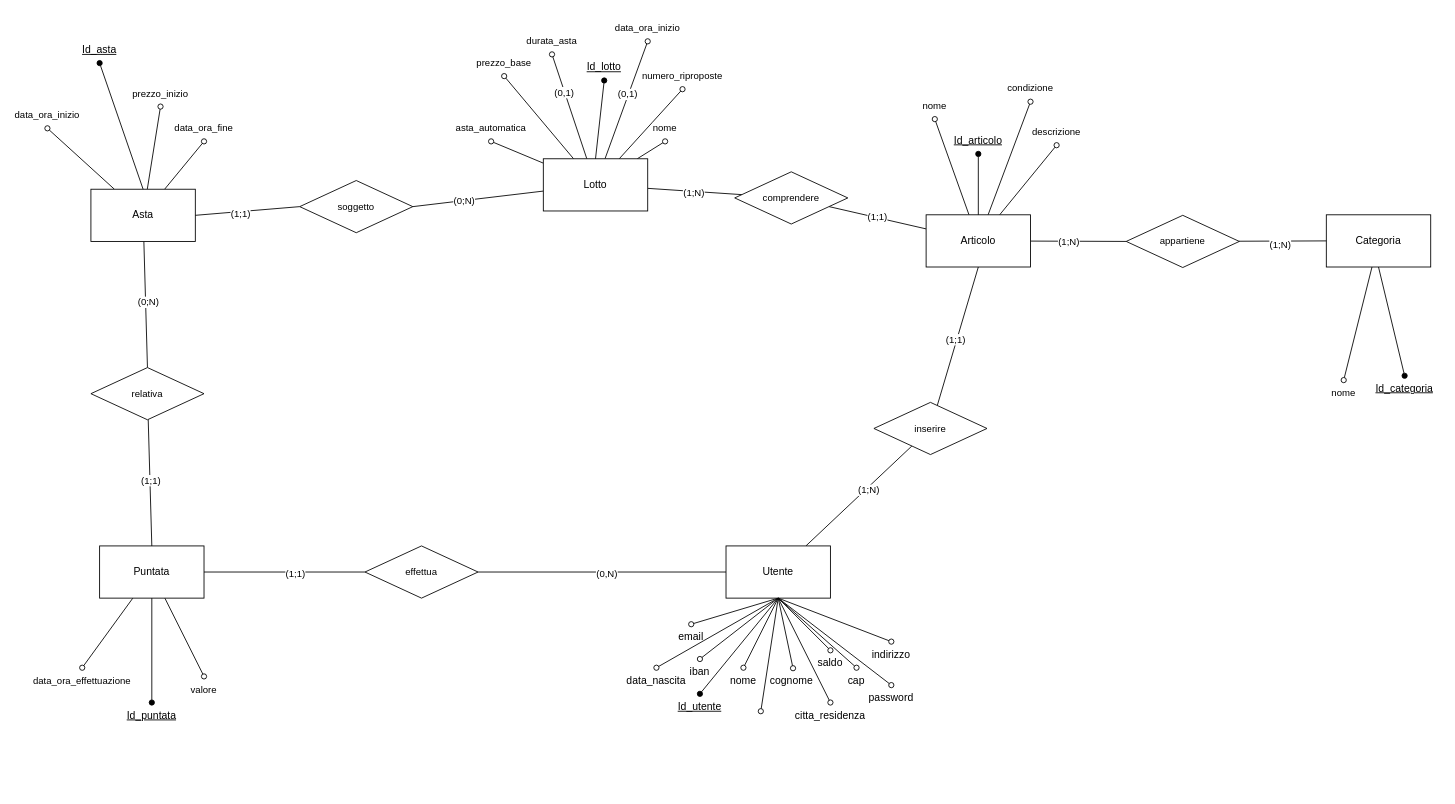
This is documenti/Schema_ER.drawio from Chaos-Rat/GAO, a draw.io file, before an edit. Source tidied: cells renumbered, new cells numbered last; positions are measured from the earlier drawing's top-left corner, leaving out a move shared by most shapes. Both pictures are drawn from the tidied source at 87%, with x=0, y=0 at pixel (21, 15).
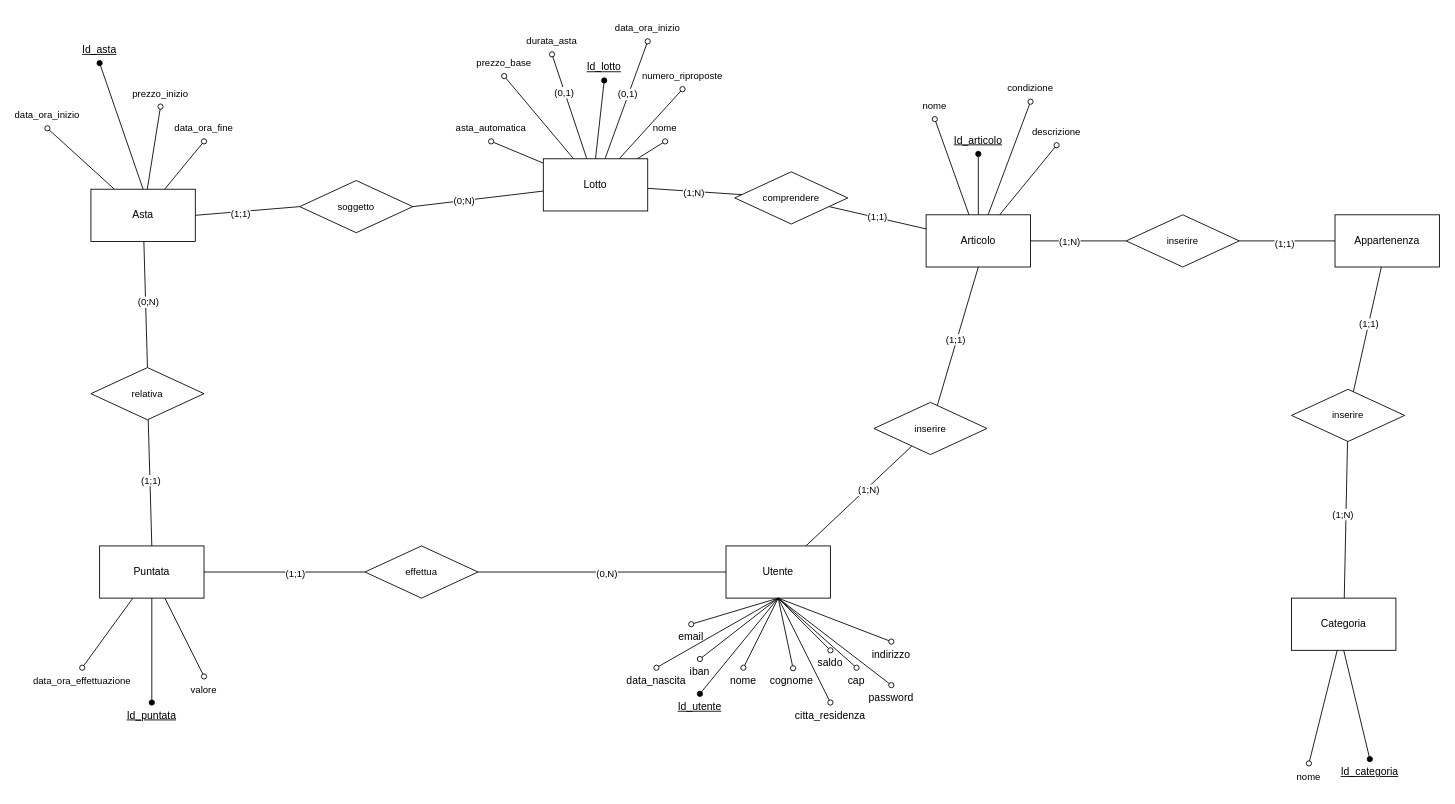
The same page after the edit.

Unchanged cells that the change refers to:
```xml
<mxCell id="5" value="Utente" style="rounded=0;whiteSpace=wrap;html=1;" parent="1" vertex="1">
  <mxGeometry x="810" y="610" width="120" height="60" as="geometry" />
</mxCell>
<mxCell id="26" value="Articolo" style="rounded=0;whiteSpace=wrap;html=1;" parent="1" vertex="1">
  <mxGeometry x="1040" y="229.4" width="120" height="60" as="geometry" />
</mxCell>
```

Diff of the diagram source:
```diff
@@
-    <mxCell id="22" style="edgeStyle=none;rounded=0;jettySize=auto;html=1;entryX=0;entryY=0.5;entryDx=0;entryDy=0;strokeColor=default;align=center;verticalAlign=middle;fontFamily=Helvetica;fontSize=11;fontColor=default;labelBackgroundColor=default;endArrow=none;endFill=0;" parent="1" edge="1" source="26" target="101">
+    <mxCell id="22" style="edgeStyle=none;rounded=0;jettySize=auto;html=1;strokeColor=default;align=center;verticalAlign=middle;fontFamily=Helvetica;fontSize=11;fontColor=default;labelBackgroundColor=default;endArrow=none;endFill=0;" parent="1" edge="1" source="26" target="109">
       <mxGeometry relative="1" as="geometry" />
     </mxCell>
@@
     <mxCell id="39" value="Categoria" style="rounded=0;whiteSpace=wrap;html=1;" parent="1" vertex="1">
-      <mxGeometry x="1500" y="229.4" width="120" height="60" as="geometry" />
+      <mxGeometry x="1460" y="670" width="120" height="60" as="geometry" />
     </mxCell>
@@
     <mxCell id="45" value="&lt;u&gt;Id_categoria&lt;/u&gt;" style="text;html=1;align=center;verticalAlign=middle;whiteSpace=wrap;rounded=0;" parent="1" vertex="1">
-      <mxGeometry x="1560" y="414.4" width="60" height="30" as="geometry" />
+      <mxGeometry x="1520" y="855" width="60" height="30" as="geometry" />
     </mxCell>
@@
-    <mxCell id="63" style="endArrow=none;html=1;rounded=0;exitX=0.5;exitY=0;exitDx=0;exitDy=0;entryX=0.5;entryY=1;entryDx=0;entryDy=0;startArrow=oval;startFill=0;" parent="1" edge="1" target="5">
-      <mxGeometry relative="1" as="geometry">
-        <mxPoint x="850" y="800" as="sourcePoint" />
-      </mxGeometry>
-    </mxCell>
@@
     <mxCell id="72" value="nome" style="text;html=1;align=center;verticalAlign=middle;whiteSpace=wrap;rounded=0;fontFamily=Helvetica;fontSize=11;fontColor=default;labelBackgroundColor=default;" parent="1" vertex="1">
-      <mxGeometry x="1490" y="419.4" width="60" height="30" as="geometry" />
+      <mxGeometry x="1450" y="860" width="60" height="30" as="geometry" />
     </mxCell>
@@
-    <mxCell id="99" style="edgeStyle=none;rounded=0;jettySize=auto;html=1;entryX=0;entryY=0.5;entryDx=0;entryDy=0;strokeColor=default;align=center;verticalAlign=middle;fontFamily=Helvetica;fontSize=11;fontColor=default;labelBackgroundColor=default;endArrow=none;endFill=0;" parent="1" edge="1" source="101" target="39">
+    <mxCell id="99" style="edgeStyle=none;rounded=0;jettySize=auto;html=1;strokeColor=default;align=center;verticalAlign=middle;fontFamily=Helvetica;fontSize=11;fontColor=default;labelBackgroundColor=default;endArrow=none;endFill=0;" parent="1" edge="1" source="106" target="39">
       <mxGeometry relative="1" as="geometry" />
     </mxCell>
@@
-    <mxCell id="101" value="appartiene" style="rhombus;whiteSpace=wrap;html=1;fontFamily=Helvetica;fontSize=11;fontColor=default;labelBackgroundColor=default;" parent="1" vertex="1">
-      <mxGeometry x="1270" y="230" width="130" height="60" as="geometry" />
-    </mxCell>
@@
+    <mxCell id="103" value="Appartenenza" style="rounded=0;whiteSpace=wrap;html=1;" parent="1" vertex="1">
+      <mxGeometry x="1510" y="229.4" width="120" height="60" as="geometry" />
+    </mxCell>
+    <mxCell id="104" style="rounded=0;jettySize=auto;html=1;strokeColor=default;align=center;verticalAlign=middle;fontFamily=Helvetica;fontSize=11;fontColor=default;labelBackgroundColor=default;endArrow=none;endFill=0;" parent="1" edge="1" source="106" target="103">
+      <mxGeometry relative="1" as="geometry" />
+    </mxCell>
+    <mxCell id="105" value="(1;1)" style="edgeLabel;html=1;align=center;verticalAlign=middle;fontFamily=Helvetica;fontSize=11;fontColor=default;labelBackgroundColor=default;" parent="104" vertex="1">
+      <mxGeometry x="0.09" relative="1" as="geometry" />
+    </mxCell>
+    <mxCell id="106" value="inserire" style="rhombus;whiteSpace=wrap;html=1;fontFamily=Helvetica;fontSize=11;fontColor=default;labelBackgroundColor=default;" parent="1" vertex="1">
+      <mxGeometry x="1460" y="430" width="130" height="60" as="geometry" />
+    </mxCell>
+    <mxCell id="107" style="edgeStyle=orthogonalEdgeStyle;rounded=0;jettySize=auto;html=1;endArrow=none;endFill=0;" parent="1" edge="1" source="109" target="103">
+      <mxGeometry relative="1" as="geometry" />
+    </mxCell>
+    <mxCell id="108" value="(1;1)" style="edgeLabel;html=1;align=center;verticalAlign=middle;fontFamily=Helvetica;fontSize=11;fontColor=default;labelBackgroundColor=default;" parent="107" vertex="1">
+      <mxGeometry x="-0.07" y="-3" relative="1" as="geometry" />
+    </mxCell>
+    <mxCell id="109" value="inserire" style="rhombus;whiteSpace=wrap;html=1;fontFamily=Helvetica;fontSize=11;fontColor=default;labelBackgroundColor=default;" parent="1" vertex="1">
+      <mxGeometry x="1270" y="229.4" width="130" height="60" as="geometry" />
+    </mxCell>
```
